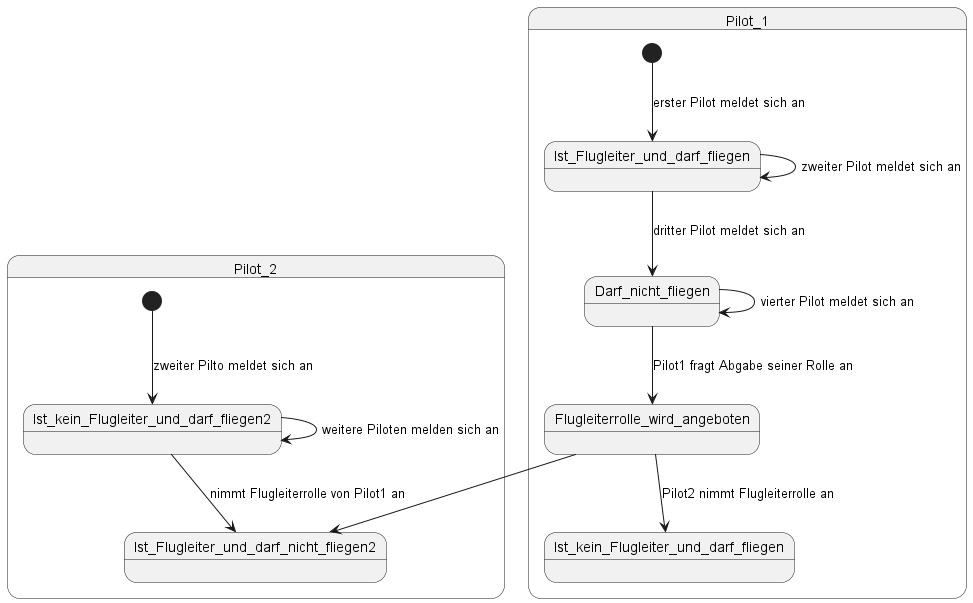
This is docs/architecture/images/state-diagram.png from jakobkmar/E09-modellflug-logbuch, a PlantUML export, as it was before one commit.
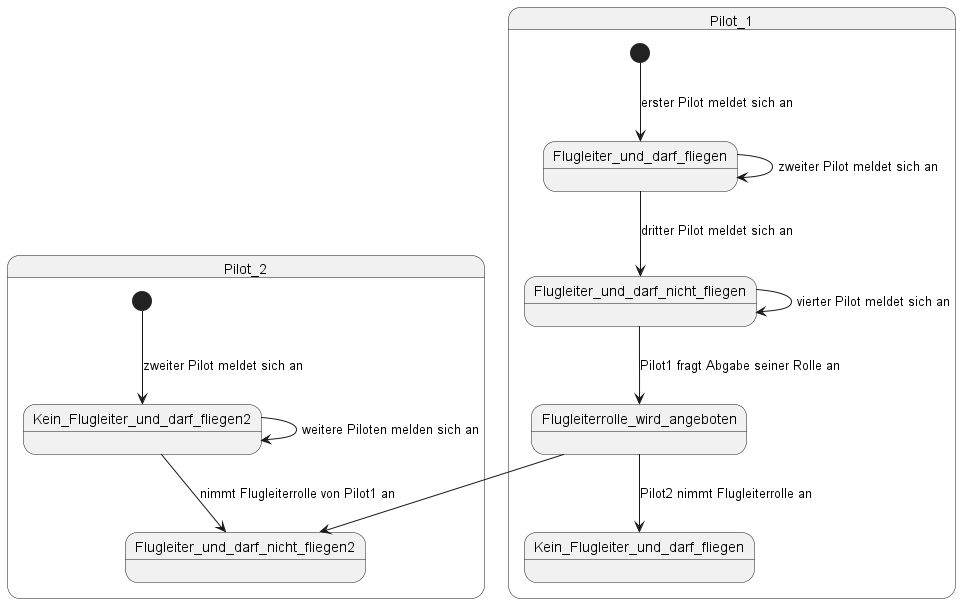
The same file after the commit.

What changed in the source:
```diff
@@ -4,24 +4,24 @@
 
 state Pilot_1 {
 
-    state Ist_Flugleiter_und_darf_fliegen
-    state Darf_nicht_fliegen
+    state Flugleiter_und_darf_fliegen
+    state Flugleiter_und_darf_nicht_fliegen
     state Flugleiterrolle_wird_angeboten
-    state Ist_kein_Flugleiter_und_darf_fliegen
+    state Kein_Flugleiter_und_darf_fliegen
 
-    [*] --> Ist_Flugleiter_und_darf_fliegen: erster Pilot meldet sich an
-    Ist_Flugleiter_und_darf_fliegen --> Ist_Flugleiter_und_darf_fliegen: zweiter Pilot meldet sich an
-    Ist_Flugleiter_und_darf_fliegen --> Darf_nicht_fliegen: dritter Pilot meldet sich an
-    Darf_nicht_fliegen --> Darf_nicht_fliegen: vierter Pilot meldet sich an
-    Darf_nicht_fliegen --> Flugleiterrolle_wird_angeboten: Pilot1 fragt Abgabe seiner Rolle an
-    Flugleiterrolle_wird_angeboten --> Ist_kein_Flugleiter_und_darf_fliegen: Pilot2 nimmt Flugleiterrolle an
+    [*] --> Flugleiter_und_darf_fliegen: erster Pilot meldet sich an
+    Flugleiter_und_darf_fliegen --> Flugleiter_und_darf_fliegen: zweiter Pilot meldet sich an
+    Flugleiter_und_darf_fliegen --> Flugleiter_und_darf_nicht_fliegen: dritter Pilot meldet sich an
+    Flugleiter_und_darf_nicht_fliegen --> Flugleiter_und_darf_nicht_fliegen: vierter Pilot meldet sich an
+    Flugleiter_und_darf_nicht_fliegen --> Flugleiterrolle_wird_angeboten: Pilot1 fragt Abgabe seiner Rolle an
+    Flugleiterrolle_wird_angeboten --> Kein_Flugleiter_und_darf_fliegen: Pilot2 nimmt Flugleiterrolle an
 }
 
 state Pilot_2 {
-    [*] --> Ist_kein_Flugleiter_und_darf_fliegen2: zweiter Pilto meldet sich an
-    Ist_kein_Flugleiter_und_darf_fliegen2 --> Ist_kein_Flugleiter_und_darf_fliegen2: weitere Piloten melden sich an
-    Ist_kein_Flugleiter_und_darf_fliegen2 --> Ist_Flugleiter_und_darf_nicht_fliegen2: nimmt Flugleiterrolle von Pilot1 an
-    Flugleiterrolle_wird_angeboten --> Ist_Flugleiter_und_darf_nicht_fliegen2
+    [*] --> Kein_Flugleiter_und_darf_fliegen2: zweiter Pilot meldet sich an
+    Kein_Flugleiter_und_darf_fliegen2 --> Kein_Flugleiter_und_darf_fliegen2: weitere Piloten melden sich an
+    Kein_Flugleiter_und_darf_fliegen2 --> Flugleiter_und_darf_nicht_fliegen2: nimmt Flugleiterrolle von Pilot1 an
+    Flugleiterrolle_wird_angeboten --> Flugleiter_und_darf_nicht_fliegen2
 }
 
 @enduml
```
